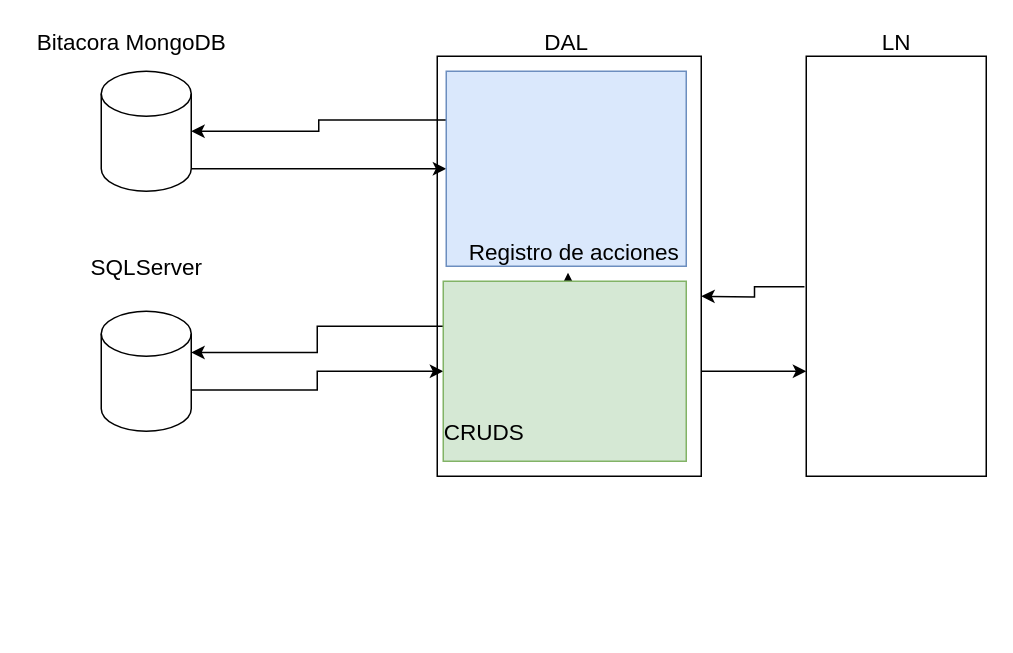
The draw.io diagram PAvanzadaII.drawio in JeffersonGonzalezC/Diagrams, before the edit. Source tidied: cells renumbered, new cells numbered last; positions are measured from the earlier drawing's top-left corner, leaving out a move shared by most shapes. Both pictures are drawn from the tidied source at 150%, with x=0, y=0 at pixel (26, 26).
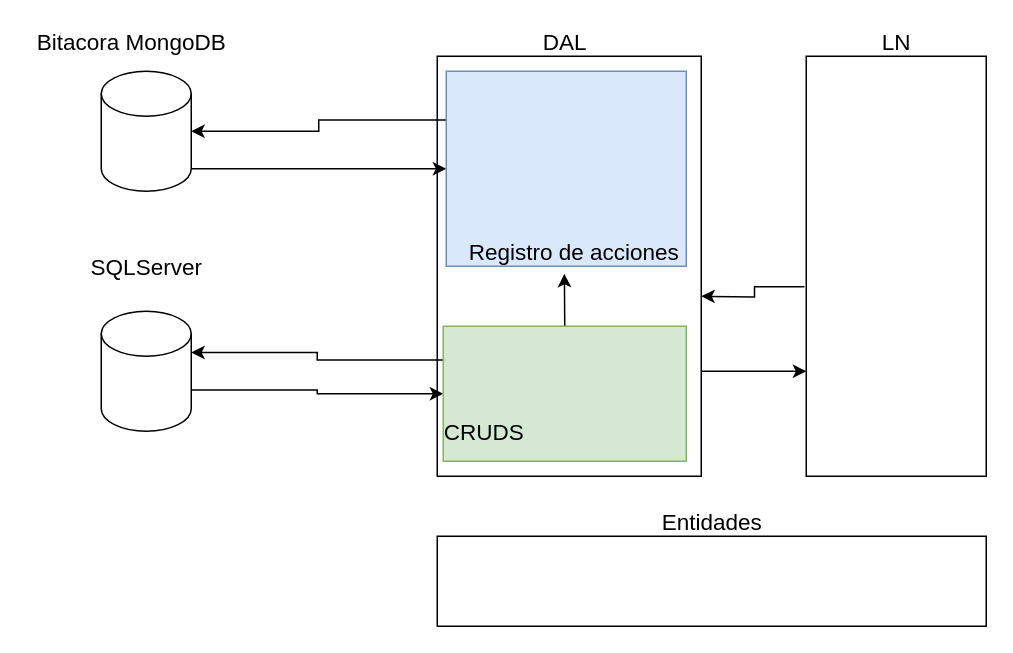
The same diagram, later.

Unchanged cells that the change refers to:
```xml
<mxCell id="5" style="shape=cylinder3;whiteSpace=wrap;html=1;boundedLbl=1;backgroundOutline=1;size=15;" parent="1" vertex="1">
  <mxGeometry x="50" y="190" width="60" height="80" as="geometry" />
</mxCell>
<mxCell id="13" value="Registro de acciones" style="text;html=1;align=center;verticalAlign=middle;points=[];strokeColor=none;fontSize=15;" parent="1" vertex="1">
  <mxGeometry x="285" y="140" width="160" height="20" as="geometry" />
</mxCell>
```

Change to the diagram source:
```diff
@@
     <mxCell id="10" value="DAL" style="text;html=1;align=center;verticalAlign=middle;strokeColor=none;fontSize=15;" parent="1" vertex="1">
-      <mxGeometry x="340" width="40" height="20" as="geometry" />
+      <mxGeometry x="339" width="40" height="20" as="geometry" />
     </mxCell>
@@
+    <mxCell id="15" style="edgeStyle=orthogonalEdgeStyle;rounded=0;jettySize=auto;html=1;exitX=0;exitY=0.25;exitDx=0;exitDy=0;entryX=1;entryY=0;entryDx=0;entryDy=27.5;entryPerimeter=0;fontSize=15;" parent="1" edge="1" source="16" target="5">
+      <mxGeometry relative="1" as="geometry" />
+    </mxCell>
-    <mxCell id="14" style="edgeStyle=orthogonalEdgeStyle;rounded=0;jettySize=auto;html=1;exitX=0.5;exitY=0;exitDx=0;exitDy=0;entryX=0.476;entryY=1.213;entryDx=0;entryDy=0;entryPerimeter=0;fontSize=15;" parent="1" edge="1" source="16" target="13">
+    <mxCell id="14" style="edgeStyle=orthogonalEdgeStyle;rounded=0;jettySize=auto;html=1;exitX=0.5;exitY=0;exitDx=0;exitDy=0;fontSize=15;entryX=0.461;entryY=1.252;entryDx=0;entryDy=0;entryPerimeter=0;" parent="1" edge="1" source="16" target="13">
       <mxGeometry relative="1" as="geometry" />
     </mxCell>
-    <mxCell id="15" style="edgeStyle=orthogonalEdgeStyle;rounded=0;jettySize=auto;html=1;exitX=0;exitY=0.25;exitDx=0;exitDy=0;entryX=1;entryY=0;entryDx=0;entryDy=27.5;entryPerimeter=0;fontSize=15;" parent="1" edge="1" source="16" target="5">
-      <mxGeometry relative="1" as="geometry" />
-    </mxCell>
     <mxCell id="16" style="rounded=0;whiteSpace=wrap;html=1;fontSize=15;fillColor=#d5e8d4;strokeColor=#82b366;" parent="1" vertex="1">
-      <mxGeometry x="278" y="170" width="162" height="120" as="geometry" />
+      <mxGeometry x="278" y="200" width="162" height="90" as="geometry" />
     </mxCell>
@@
+    <mxCell id="21" style="rounded=0;whiteSpace=wrap;html=1;fontSize=15;" parent="1" vertex="1">
+      <mxGeometry x="274" y="340" width="366" height="60" as="geometry" />
+    </mxCell>
+    <mxCell id="22" value="Entidades" style="text;html=1;align=center;verticalAlign=middle;strokeColor=none;fontSize=15;" parent="1" vertex="1">
+      <mxGeometry x="417" y="320" width="80" height="20" as="geometry" />
+    </mxCell>
```
